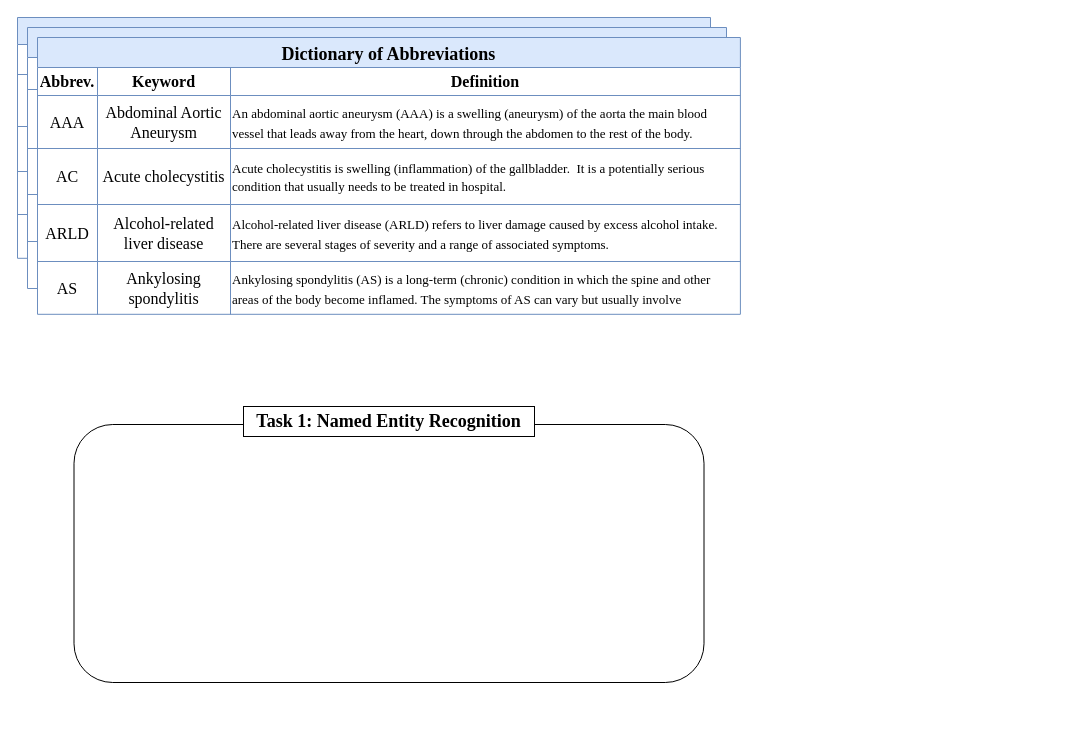
Above: Diagram/Diagram.drawio in lurker18/AI-NLP (draw.io), before the change. Source tidied: cells renumbered, new cells numbered last; positions are measured from the earlier drawing's top-left corner, leaving out a move shared by most shapes. Both pictures are drawn from the tidied source at 100%, with x=0, y=0 at pixel (17, 17).
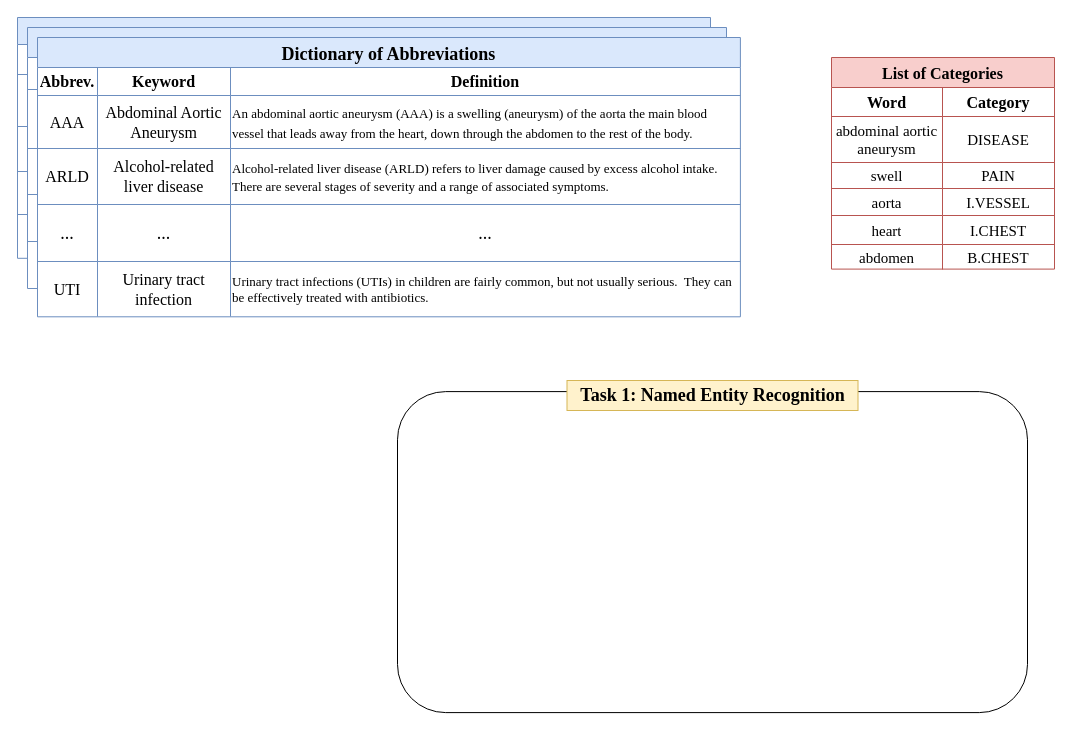
Above is the later version.

The change refers to these unchanged cells:
```xml
<mxCell id="53" style="shape=tableRow;horizontal=0;startSize=0;swimlaneHead=0;swimlaneBody=0;strokeColor=inherit;top=0;left=0;bottom=0;right=0;fillColor=none;fontSize=16;" parent="44" vertex="1">
  <mxGeometry y="111" width="702.9" height="56" as="geometry" />
</mxCell>
<mxCell id="57" style="shape=tableRow;horizontal=0;startSize=0;swimlaneHead=0;swimlaneBody=0;strokeColor=inherit;top=0;left=0;bottom=0;right=0;fillColor=none;fontSize=16;" parent="44" vertex="1">
  <mxGeometry y="167" width="702.9" height="57" as="geometry" />
</mxCell>
```

What changed in the source:
```diff
@@
     <mxCell id="44" value="Dictionary of Abbreviations" style="shape=table;startSize=30;childLayout=tableLayout;fontSize=18;fillColor=#dae8fc;strokeColor=#6c8ebf;gradientColor=none;swimlaneFillColor=default;fontFamily=Times New Roman;fontStyle=1;" parent="1" vertex="1">
-      <mxGeometry x="20" y="20" width="702.9" height="276.8" as="geometry" />
+      <mxGeometry x="20" y="20" width="702.9" height="279.3" as="geometry" />
     </mxCell>
@@
-    <mxCell id="54" value="AC" style="shape=partialRectangle;html=1;whiteSpace=wrap;strokeColor=inherit;overflow=hidden;fillColor=none;top=0;left=0;bottom=0;right=0;fontSize=16;fontFamily=Times New Roman;" parent="53" vertex="1">
+    <mxCell id="54" value="ARLD" style="shape=partialRectangle;html=1;whiteSpace=wrap;strokeColor=inherit;overflow=hidden;fillColor=none;top=0;left=0;bottom=0;right=0;fontSize=16;fontFamily=Times New Roman;" parent="53" vertex="1">
       <mxGeometry width="60" height="56" as="geometry" />
     </mxCell>
-    <mxCell id="55" value="Acute cholecystitis" style="shape=partialRectangle;html=1;whiteSpace=wrap;strokeColor=inherit;overflow=hidden;fillColor=none;top=0;left=0;bottom=0;right=0;fontSize=16;fontFamily=Times New Roman;" parent="53" vertex="1">
+    <mxCell id="55" value="Alcohol-related liver disease" style="shape=partialRectangle;html=1;whiteSpace=wrap;strokeColor=inherit;overflow=hidden;fillColor=none;top=0;left=0;bottom=0;right=0;fontSize=16;fontFamily=Times New Roman;" parent="53" vertex="1">
       <mxGeometry x="60" width="133" height="56" as="geometry" />
     </mxCell>
-    <mxCell id="56" value="&lt;font style=&quot;font-size: 13px;&quot;&gt;Acute cholecystitis is swelling (inflammation) of the gallbladder.&amp;nbsp; It is a potentially serious condition that usually needs to be treated in hospital.&lt;/font&gt;" style="shape=partialRectangle;html=1;whiteSpace=wrap;strokeColor=inherit;overflow=hidden;fillColor=none;top=0;left=0;bottom=0;right=0;fontSize=15;fontFamily=Times New Roman;align=left;" parent="53" vertex="1">
+    <mxCell id="56" value="&lt;font style=&quot;font-size: 13px;&quot;&gt;Alcohol-related liver disease (ARLD) refers to liver damage caused by excess alcohol intake.&amp;nbsp; There are several stages of severity and a range of associated symptoms.&lt;/font&gt;" style="shape=partialRectangle;html=1;whiteSpace=wrap;strokeColor=inherit;overflow=hidden;fillColor=none;top=0;left=0;bottom=0;right=0;fontSize=15;fontFamily=Times New Roman;align=left;" parent="53" vertex="1">
       <mxGeometry x="193" width="510" height="56" as="geometry" />
     </mxCell>
@@
-    <mxCell id="58" value="ARLD" style="shape=partialRectangle;html=1;whiteSpace=wrap;strokeColor=inherit;overflow=hidden;fillColor=none;top=0;left=0;bottom=0;right=0;fontSize=16;fontFamily=Times New Roman;" parent="57" vertex="1">
+    <mxCell id="58" value="..." style="shape=partialRectangle;html=1;whiteSpace=wrap;strokeColor=inherit;overflow=hidden;fillColor=none;top=0;left=0;bottom=0;right=0;fontSize=18;fontFamily=Times New Roman;" parent="57" vertex="1">
       <mxGeometry width="60" height="57" as="geometry" />
     </mxCell>
-    <mxCell id="59" value="Alcohol-related liver disease" style="shape=partialRectangle;html=1;whiteSpace=wrap;strokeColor=inherit;overflow=hidden;fillColor=none;top=0;left=0;bottom=0;right=0;fontSize=16;fontFamily=Times New Roman;" parent="57" vertex="1">
+    <mxCell id="59" value="..." style="shape=partialRectangle;html=1;whiteSpace=wrap;strokeColor=inherit;overflow=hidden;fillColor=none;top=0;left=0;bottom=0;right=0;fontSize=18;fontFamily=Times New Roman;" parent="57" vertex="1">
       <mxGeometry x="60" width="133" height="57" as="geometry" />
     </mxCell>
-    <mxCell id="60" value="&lt;font style=&quot;font-size: 13px;&quot;&gt;Alcohol-related liver disease (ARLD) refers to liver damage caused by excess alcohol intake.&amp;nbsp; There are several stages of severity and a range of associated symptoms.&lt;/font&gt;" style="shape=partialRectangle;html=1;whiteSpace=wrap;strokeColor=inherit;overflow=hidden;fillColor=none;top=0;left=0;bottom=0;right=0;fontSize=16;align=left;fontFamily=Times New Roman;" parent="57" vertex="1">
+    <mxCell id="60" value="..." style="shape=partialRectangle;html=1;whiteSpace=wrap;strokeColor=inherit;overflow=hidden;fillColor=none;top=0;left=0;bottom=0;right=0;fontSize=18;align=center;fontFamily=Times New Roman;" parent="57" vertex="1">
       <mxGeometry x="193" width="510" height="57" as="geometry" />
     </mxCell>
     <mxCell id="61" style="shape=tableRow;horizontal=0;startSize=0;swimlaneHead=0;swimlaneBody=0;strokeColor=inherit;top=0;left=0;bottom=0;right=0;fillColor=none;fontSize=16;" parent="44" vertex="1">
-      <mxGeometry y="224" width="702.9" height="53" as="geometry" />
+      <mxGeometry y="224" width="702.9" height="55" as="geometry" />
     </mxCell>
-    <mxCell id="62" value="AS" style="shape=partialRectangle;html=1;whiteSpace=wrap;strokeColor=inherit;overflow=hidden;fillColor=none;top=0;left=0;bottom=0;right=0;fontSize=16;fontFamily=Times New Roman;" parent="61" vertex="1">
-      <mxGeometry width="60" height="53" as="geometry" />
+    <mxCell id="62" value="UTI" style="shape=partialRectangle;html=1;whiteSpace=wrap;strokeColor=inherit;overflow=hidden;fillColor=none;top=0;left=0;bottom=0;right=0;fontSize=16;fontFamily=Times New Roman;" parent="61" vertex="1">
+      <mxGeometry width="60" height="55" as="geometry" />
     </mxCell>
-    <mxCell id="63" value="Ankylosing spondylitis" style="shape=partialRectangle;html=1;whiteSpace=wrap;strokeColor=inherit;overflow=hidden;fillColor=none;top=0;left=0;bottom=0;right=0;fontSize=16;fontFamily=Times New Roman;" parent="61" vertex="1">
-      <mxGeometry x="60" width="133" height="53" as="geometry" />
+    <mxCell id="63" value="Urinary tract infection" style="shape=partialRectangle;html=1;whiteSpace=wrap;strokeColor=inherit;overflow=hidden;fillColor=none;top=0;left=0;bottom=0;right=0;fontSize=16;fontFamily=Times New Roman;" parent="61" vertex="1">
+      <mxGeometry x="60" width="133" height="55" as="geometry" />
     </mxCell>
-    <mxCell id="64" value="&lt;font style=&quot;font-size: 13px;&quot;&gt;Ankylosing spondylitis (AS) is a long-term (chronic) condition in which the spine and other areas of the body become inflamed. The symptoms of AS can vary but usually involve&lt;/font&gt;" style="shape=partialRectangle;html=1;whiteSpace=wrap;strokeColor=inherit;overflow=hidden;fillColor=none;top=0;left=0;bottom=0;right=0;fontSize=16;align=left;fontFamily=Times New Roman;" parent="61" vertex="1">
-      <mxGeometry x="193" width="510" height="53" as="geometry" />
+    <mxCell id="64" value="Urinary tract infections (UTIs) in children are fairly common, but not usually serious.&amp;nbsp; They can be effectively treated with antibiotics.&amp;nbsp;" style="shape=partialRectangle;html=1;whiteSpace=wrap;strokeColor=inherit;overflow=hidden;fillColor=none;top=0;left=0;bottom=0;right=0;fontSize=13;align=left;fontFamily=Times New Roman;" parent="61" vertex="1">
+      <mxGeometry x="193" width="510" height="55" as="geometry" />
     </mxCell>
     <mxCell id="65" style="rounded=1;whiteSpace=wrap;html=1;" parent="1" vertex="1">
-      <mxGeometry x="56.5" y="407" width="630" height="258" as="geometry" />
+      <mxGeometry x="380" y="374.1" width="630" height="321" as="geometry" />
     </mxCell>
-    <mxCell id="66" value="&lt;font size=&quot;1&quot; face=&quot;Times New Roman&quot;&gt;&lt;b style=&quot;font-size: 18px;&quot;&gt;Task 1: Named Entity Recognition&lt;/b&gt;&lt;/font&gt;" style="text;html=1;strokeColor=default;fillColor=default;align=center;verticalAlign=middle;whiteSpace=wrap;rounded=0;" parent="1" vertex="1">
-      <mxGeometry x="226" y="389" width="291" height="30" as="geometry" />
+    <mxCell id="66" value="&lt;font size=&quot;1&quot; face=&quot;Times New Roman&quot;&gt;&lt;b style=&quot;font-size: 18px;&quot;&gt;Task 1: Named Entity Recognition&lt;/b&gt;&lt;/font&gt;" style="text;html=1;strokeColor=#d6b656;fillColor=#fff2cc;align=center;verticalAlign=middle;whiteSpace=wrap;rounded=0;" parent="1" vertex="1">
+      <mxGeometry x="549.5" y="363" width="291" height="30" as="geometry" />
     </mxCell>
+    <mxCell id="67" value="List of Categories" style="shape=table;startSize=30;childLayout=tableLayout;strokeColor=#b85450;fontSize=16;fontFamily=Times New Roman;fontStyle=1;fillColor=#f8cecc;" parent="1" vertex="1">
+      <mxGeometry x="814" y="40" width="223" height="211.6" as="geometry" />
+    </mxCell>
+    <mxCell id="68" style="shape=tableRow;horizontal=0;startSize=0;swimlaneHead=0;swimlaneBody=0;strokeColor=inherit;top=0;left=0;bottom=0;right=0;fillColor=none;fontSize=16;" parent="67" vertex="1">
+      <mxGeometry y="30" width="223" height="29" as="geometry" />
+    </mxCell>
+    <mxCell id="69" value="Word" style="shape=partialRectangle;html=1;whiteSpace=wrap;strokeColor=inherit;overflow=hidden;fillColor=none;top=0;left=0;bottom=0;right=0;fontSize=16;fontFamily=Times New Roman;fontStyle=1;" parent="68" vertex="1">
+      <mxGeometry width="111" height="29" as="geometry" />
+    </mxCell>
+    <mxCell id="70" value="Category" style="shape=partialRectangle;html=1;whiteSpace=wrap;strokeColor=inherit;overflow=hidden;fillColor=none;top=0;left=0;bottom=0;right=0;fontSize=16;fontFamily=Times New Roman;fontStyle=1;" parent="68" vertex="1">
+      <mxGeometry x="111" width="112" height="29" as="geometry" />
+    </mxCell>
+    <mxCell id="71" style="shape=tableRow;horizontal=0;startSize=0;swimlaneHead=0;swimlaneBody=0;strokeColor=inherit;top=0;left=0;bottom=0;right=0;fillColor=none;fontSize=16;" parent="67" vertex="1">
+      <mxGeometry y="59" width="223" height="46" as="geometry" />
+    </mxCell>
+    <mxCell id="72" value="&lt;font style=&quot;font-size: 15px;&quot;&gt;abdominal aortic aneurysm&lt;/font&gt;" style="shape=partialRectangle;html=1;whiteSpace=wrap;strokeColor=inherit;overflow=hidden;fillColor=none;top=0;left=0;bottom=0;right=0;fontSize=15;fontFamily=Times New Roman;" parent="71" vertex="1">
+      <mxGeometry width="111" height="46" as="geometry" />
+    </mxCell>
+    <mxCell id="73" value="DISEASE" style="shape=partialRectangle;html=1;whiteSpace=wrap;strokeColor=inherit;overflow=hidden;fillColor=none;top=0;left=0;bottom=0;right=0;fontSize=15;fontFamily=Times New Roman;" parent="71" vertex="1">
+      <mxGeometry x="111" width="112" height="46" as="geometry" />
+    </mxCell>
+    <mxCell id="74" style="shape=tableRow;horizontal=0;startSize=0;swimlaneHead=0;swimlaneBody=0;strokeColor=inherit;top=0;left=0;bottom=0;right=0;fillColor=none;fontSize=16;" parent="67" vertex="1">
+      <mxGeometry y="105" width="223" height="26" as="geometry" />
+    </mxCell>
+    <mxCell id="75" value="&lt;span style=&quot;color: rgb(0, 0, 0); font-size: 15px; font-style: normal; font-variant-ligatures: normal; font-variant-caps: normal; font-weight: 400; letter-spacing: normal; orphans: 2; text-align: left; text-indent: 0px; text-transform: none; widows: 2; word-spacing: 0px; -webkit-text-stroke-width: 0px; background-color: rgb(255, 255, 255); text-decoration-thickness: initial; text-decoration-style: initial; text-decoration-color: initial; float: none; display: inline !important;&quot;&gt;swell&lt;/span&gt;" style="shape=partialRectangle;html=1;whiteSpace=wrap;strokeColor=inherit;overflow=hidden;fillColor=none;top=0;left=0;bottom=0;right=0;fontSize=15;fontFamily=Times New Roman;" parent="74" vertex="1">
+      <mxGeometry width="111" height="26" as="geometry" />
+    </mxCell>
+    <mxCell id="76" value="PAIN" style="shape=partialRectangle;html=1;whiteSpace=wrap;strokeColor=inherit;overflow=hidden;fillColor=none;top=0;left=0;bottom=0;right=0;fontSize=15;fontFamily=Times New Roman;" parent="74" vertex="1">
+      <mxGeometry x="111" width="112" height="26" as="geometry" />
+    </mxCell>
+    <mxCell id="77" style="shape=tableRow;horizontal=0;startSize=0;swimlaneHead=0;swimlaneBody=0;strokeColor=inherit;top=0;left=0;bottom=0;right=0;fillColor=none;fontSize=16;" parent="67" vertex="1">
+      <mxGeometry y="131" width="223" height="27" as="geometry" />
+    </mxCell>
+    <mxCell id="78" value="aorta" style="shape=partialRectangle;html=1;whiteSpace=wrap;strokeColor=inherit;overflow=hidden;fillColor=none;top=0;left=0;bottom=0;right=0;fontSize=15;fontFamily=Times New Roman;" parent="77" vertex="1">
+      <mxGeometry width="111" height="27" as="geometry" />
+    </mxCell>
+    <mxCell id="79" value="I.VESSEL" style="shape=partialRectangle;html=1;whiteSpace=wrap;strokeColor=inherit;overflow=hidden;fillColor=none;top=0;left=0;bottom=0;right=0;fontSize=15;fontFamily=Times New Roman;" parent="77" vertex="1">
+      <mxGeometry x="111" width="112" height="27" as="geometry" />
+    </mxCell>
+    <mxCell id="80" style="shape=tableRow;horizontal=0;startSize=0;swimlaneHead=0;swimlaneBody=0;strokeColor=inherit;top=0;left=0;bottom=0;right=0;fillColor=none;fontSize=16;" parent="67" vertex="1">
+      <mxGeometry y="158" width="223" height="29" as="geometry" />
+    </mxCell>
+    <mxCell id="81" value="heart" style="shape=partialRectangle;html=1;whiteSpace=wrap;strokeColor=inherit;overflow=hidden;fillColor=none;top=0;left=0;bottom=0;right=0;fontSize=15;fontFamily=Times New Roman;" parent="80" vertex="1">
+      <mxGeometry width="111" height="29" as="geometry" />
+    </mxCell>
+    <mxCell id="82" value="I.CHEST" style="shape=partialRectangle;html=1;whiteSpace=wrap;strokeColor=inherit;overflow=hidden;fillColor=none;top=0;left=0;bottom=0;right=0;fontSize=15;fontFamily=Times New Roman;" parent="80" vertex="1">
+      <mxGeometry x="111" width="112" height="29" as="geometry" />
+    </mxCell>
+    <mxCell id="83" style="shape=tableRow;horizontal=0;startSize=0;swimlaneHead=0;swimlaneBody=0;strokeColor=inherit;top=0;left=0;bottom=0;right=0;fillColor=none;fontSize=16;" parent="67" vertex="1">
+      <mxGeometry y="187" width="223" height="25" as="geometry" />
+    </mxCell>
+    <mxCell id="84" value="abdomen" style="shape=partialRectangle;html=1;whiteSpace=wrap;strokeColor=inherit;overflow=hidden;fillColor=none;top=0;left=0;bottom=0;right=0;fontSize=15;fontFamily=Times New Roman;" parent="83" vertex="1">
+      <mxGeometry width="111" height="25" as="geometry" />
+    </mxCell>
+    <mxCell id="85" value="B.CHEST" style="shape=partialRectangle;html=1;whiteSpace=wrap;strokeColor=inherit;overflow=hidden;fillColor=none;top=0;left=0;bottom=0;right=0;fontSize=15;fontFamily=Times New Roman;" parent="83" vertex="1">
+      <mxGeometry x="111" width="112" height="25" as="geometry" />
+    </mxCell>
```
